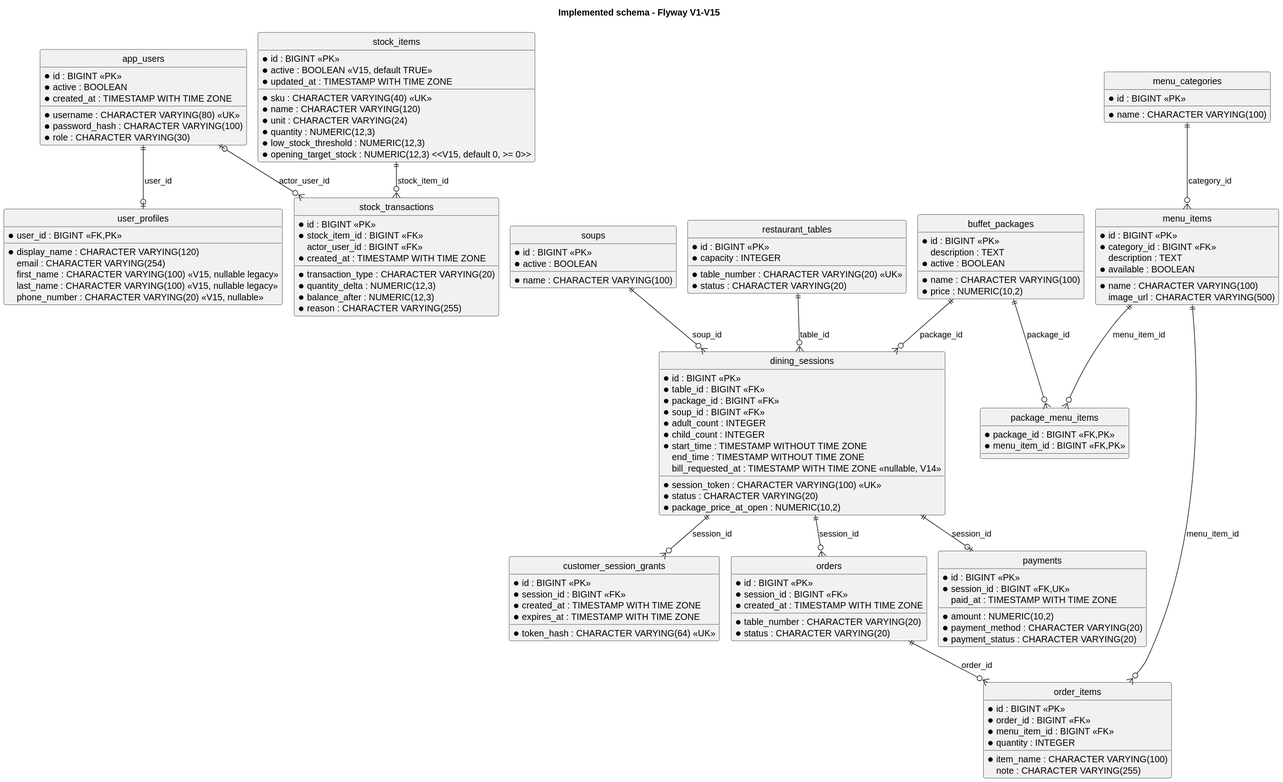
Earlier version of the PlantUML export doc/diagrams/previews/er-diagram.svg (PavaritPramual/buffet-restaurant-management-system).
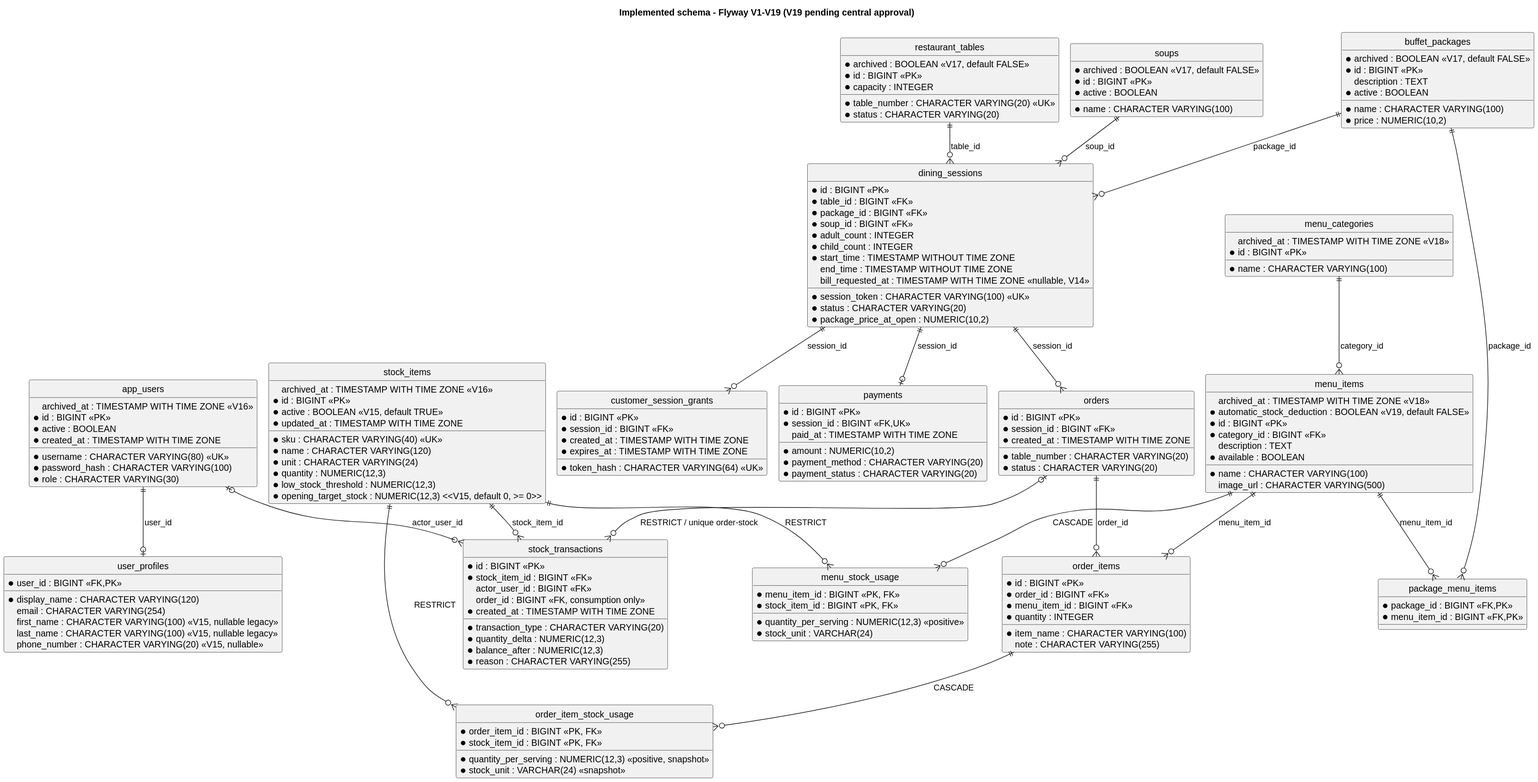
The same file after the commit.

What changed in the source:
```diff
@@ -1,11 +1,12 @@
 @startuml
 !pragma layout smetana
-title Implemented schema - Flyway V1-V15
+title Implemented schema - Flyway V1-V19 (V19 pending central approval)
 hide circle
 skinparam linetype ortho
 skinparam shadowing false
 
 entity "app_users" as app_users {
+  archived_at : TIMESTAMP WITH TIME ZONE <<V16>>
   * id : BIGINT <<PK>>
   * username : CHARACTER VARYING(80) <<UK>>
   * password_hash : CHARACTER VARYING(100)
@@ -15,6 +16,7 @@
 }
 
 entity "buffet_packages" as buffet_packages {
+  * archived : BOOLEAN <<V17, default FALSE>>
   * id : BIGINT <<PK>>
   * name : CHARACTER VARYING(100)
   * price : NUMERIC(10,2)
@@ -46,11 +48,14 @@
 }
 
 entity "menu_categories" as menu_categories {
+  archived_at : TIMESTAMP WITH TIME ZONE <<V18>>
   * id : BIGINT <<PK>>
   * name : CHARACTER VARYING(100)
 }
 
 entity "menu_items" as menu_items {
+  archived_at : TIMESTAMP WITH TIME ZONE <<V18>>
+ * automatic_stock_deduction : BOOLEAN <<V19, default FALSE>>
   * id : BIGINT <<PK>>
   * category_id : BIGINT <<FK>>
   * name : CHARACTER VARYING(100)
@@ -91,6 +96,7 @@
 }
 
 entity "restaurant_tables" as restaurant_tables {
+  * archived : BOOLEAN <<V17, default FALSE>>
   * id : BIGINT <<PK>>
   * table_number : CHARACTER VARYING(20) <<UK>>
   * capacity : INTEGER
@@ -98,12 +104,14 @@
 }
 
 entity "soups" as soups {
+  * archived : BOOLEAN <<V17, default FALSE>>
   * id : BIGINT <<PK>>
   * name : CHARACTER VARYING(100)
   * active : BOOLEAN
 }
 
 entity "stock_items" as stock_items {
+  archived_at : TIMESTAMP WITH TIME ZONE <<V16>>
   * id : BIGINT <<PK>>
   * sku : CHARACTER VARYING(40) <<UK>>
   * name : CHARACTER VARYING(120)
@@ -123,6 +131,7 @@
   * balance_after : NUMERIC(12,3)
   * reason : CHARACTER VARYING(255)
   actor_user_id : BIGINT <<FK>>
+  order_id : BIGINT <<FK, consumption only>>
   * created_at : TIMESTAMP WITH TIME ZONE
 }
 
@@ -148,4 +157,22 @@
 app_users |o--o{ stock_transactions : "actor_user_id"
 stock_items ||--o{ stock_transactions : "stock_item_id"
 app_users ||--o| user_profiles : "user_id"
+
+entity "menu_stock_usage" as menu_stock_usage {
+ * menu_item_id : BIGINT <<PK, FK>>
+ * stock_item_id : BIGINT <<PK, FK>>
+ * quantity_per_serving : NUMERIC(12,3) <<positive>>
+ * stock_unit : VARCHAR(24)
+}
+entity "order_item_stock_usage" as order_item_stock_usage {
+ * order_item_id : BIGINT <<PK, FK>>
+ * stock_item_id : BIGINT <<PK, FK>>
+ * quantity_per_serving : NUMERIC(12,3) <<positive, snapshot>>
+ * stock_unit : VARCHAR(24) <<snapshot>>
+}
+menu_items ||--o{ menu_stock_usage : CASCADE
+stock_items ||--o{ menu_stock_usage : RESTRICT
+order_items ||--o{ order_item_stock_usage : CASCADE
+stock_items ||--o{ order_item_stock_usage : RESTRICT
+orders |o--o{ stock_transactions : RESTRICT / unique order-stock
 @enduml
```
